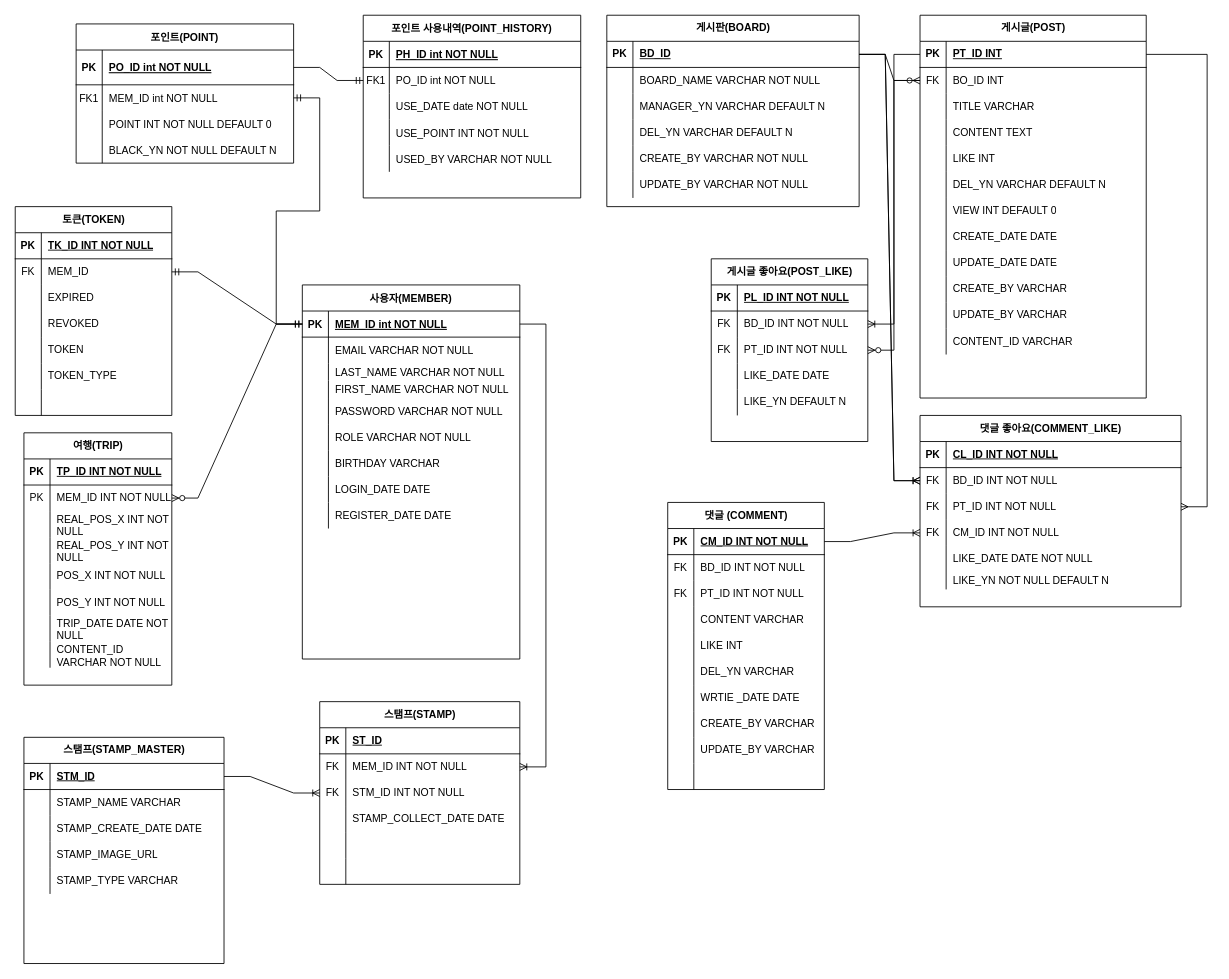
Earlier version of the draw.io diagram docs/나들이_ERD.drawio (DongJu-Na/Nadry). Source tidied: cells renumbered, new cells numbered last; positions are measured from the earlier drawing's top-left corner, leaving out a move shared by most shapes. Both pictures are drawn from the tidied source at 87%, with x=0, y=0 at pixel (15, 15).
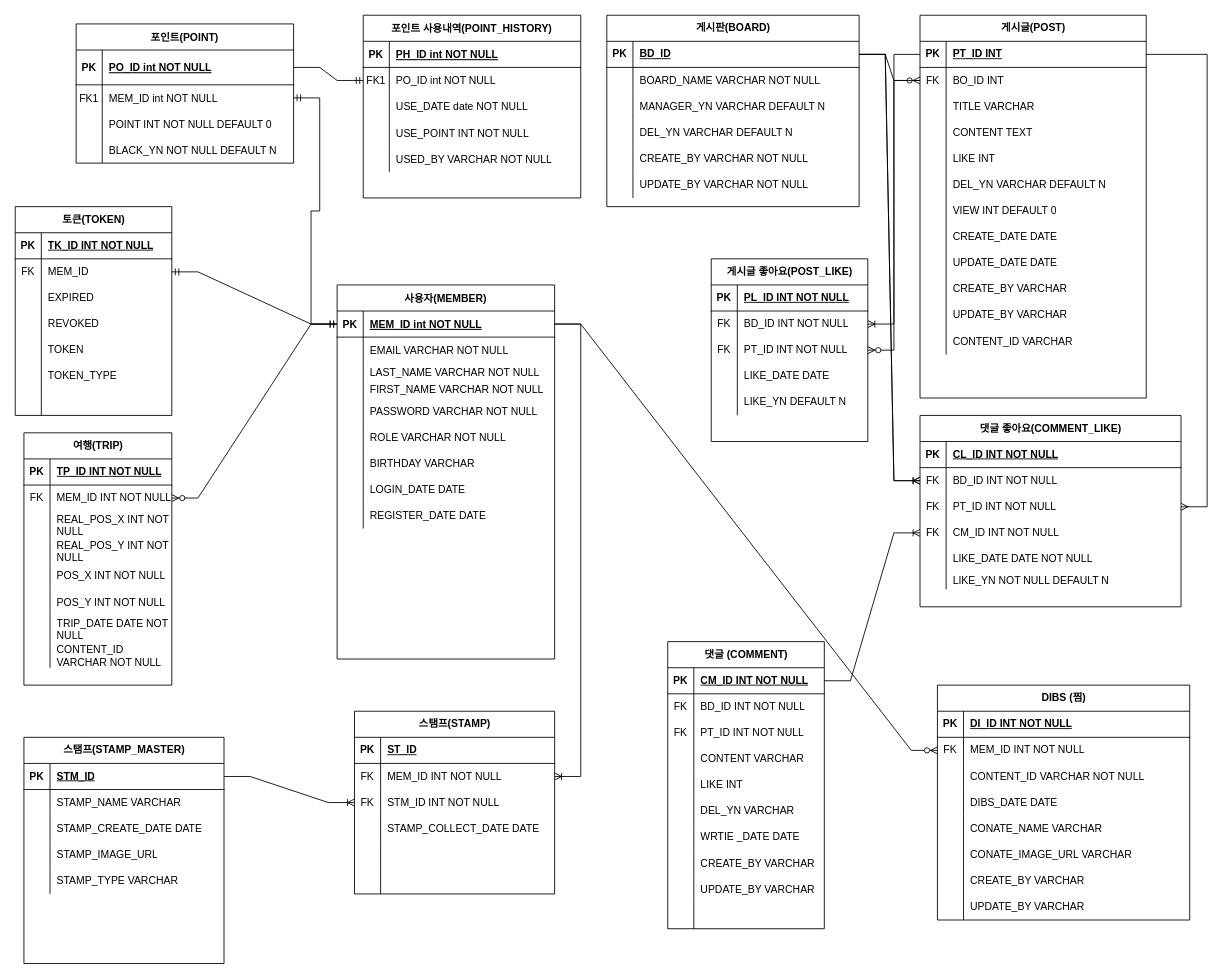
After the change.

Commit message:
docs : 나들이 ERD 수정

찜 테이블 추가

Unchanged cells that the change refers to:
```xml
<mxCell id="3" style="shape=partialRectangle;fillColor=none;points=[[0,0.5],[1,0.5]];portConstraint=eastwest;top=0;left=0;right=0;bottom=1;" parent="2" vertex="1">
  <mxGeometry y="30" width="250" height="30" as="geometry" />
</mxCell>
<mxCell id="217" style="shape=tableRow;horizontal=0;startSize=0;swimlaneHead=0;swimlaneBody=0;fillColor=none;points=[[0,0.5],[1,0.5]];portConstraint=eastwest;top=0;left=0;right=0;bottom=0;" parent="213" vertex="1">
  <mxGeometry y="60" width="170" height="30" as="geometry" />
</mxCell>
<mxCell id="243" style="shape=tableRow;horizontal=0;startSize=0;swimlaneHead=0;swimlaneBody=0;fillColor=none;points=[[0,0.5],[1,0.5]];portConstraint=eastwest;top=0;left=0;right=0;bottom=0;" parent="239" vertex="1">
  <mxGeometry y="60" width="230" height="30" as="geometry" />
</mxCell>
```

Change to the diagram source:
```diff
@@
+    <mxCell id="276" style="edgeStyle=entityRelationEdgeStyle;fontSize=12;html=1;endArrow=ERzeroToMany;endFill=1;rounded=0;exitX=1;exitY=0.5;exitDx=0;exitDy=0;" parent="1" edge="1" target="281">
+      <mxGeometry relative="1" as="geometry">
+        <mxPoint x="620" y="355" as="sourcePoint" />
+        <Array as="points">
+          <mxPoint x="710" y="300" />
+        </Array>
+      </mxGeometry>
+    </mxCell>
     <mxCell id="2" value="사용자(MEMBER)" style="shape=table;startSize=30;childLayout=tableLayout;rowLines=0;fontStyle=1;align=center;" parent="1" vertex="1">
-      <mxGeometry x="330" y="310" width="250" height="430" as="geometry" />
+      <mxGeometry x="370" y="310" width="250" height="430" as="geometry" />
     </mxCell>
@@
     <mxCell id="178" value="댓글 (COMMENT)" style="shape=table;startSize=30;childLayout=tableLayout;rowLines=0;fontStyle=1;align=center;html=1;" parent="1" vertex="1">
-      <mxGeometry x="750" y="560" width="180" height="330" as="geometry" />
+      <mxGeometry x="750" y="720" width="180" height="330" as="geometry" />
     </mxCell>
@@
-    <mxCell id="218" value="PK" style="shape=partialRectangle;fillColor=none;top=0;left=0;bottom=0;right=0;overflow=hidden;whiteSpace=wrap;html=1;" parent="217" vertex="1">
+    <mxCell id="218" value="FK" style="shape=partialRectangle;fillColor=none;top=0;left=0;bottom=0;right=0;overflow=hidden;whiteSpace=wrap;html=1;" parent="217" vertex="1">
       <mxGeometry width="30" height="30" as="geometry" />
     </mxCell>
@@
     <mxCell id="239" value="스탬프(STAMP)" style="shape=table;startSize=30;childLayout=tableLayout;rowLines=0;fontStyle=1;align=center;html=1;" parent="1" vertex="1">
-      <mxGeometry x="350" y="789" width="230" height="210" as="geometry" />
+      <mxGeometry x="390" y="800" width="230" height="210" as="geometry" />
     </mxCell>
@@
     <mxCell id="275" style="edgeStyle=entityRelationEdgeStyle;fontSize=12;html=1;endArrow=ERoneToMany;rounded=0;exitX=1;exitY=0.5;exitDx=0;exitDy=0;entryX=1;entryY=0.5;entryDx=0;entryDy=0;" parent="1" edge="1" source="3" target="243">
-      <mxGeometry relative="1" as="geometry" />
+      <mxGeometry relative="1" as="geometry">
+        <Array as="points">
+          <mxPoint x="770" y="880" />
+          <mxPoint x="680" y="680" />
+          <mxPoint x="700" y="610" />
+          <mxPoint x="680" y="870" />
+          <mxPoint x="650" y="880" />
+          <mxPoint x="750" y="760" />
+          <mxPoint x="670" y="860" />
+          <mxPoint x="800" y="630" />
+        </Array>
+      </mxGeometry>
     </mxCell>
+    <mxCell id="277" value="DIBS (찜)" style="shape=table;startSize=30;childLayout=tableLayout;rowLines=0;fontStyle=1;align=center;html=1;" parent="1" vertex="1">
+      <mxGeometry x="1060" y="770" width="290" height="270" as="geometry" />
+    </mxCell>
+    <mxCell id="278" style="shape=tableRow;horizontal=0;startSize=0;swimlaneHead=0;swimlaneBody=0;fillColor=none;top=0;left=0;right=0;bottom=1;" parent="277" vertex="1">
+      <mxGeometry y="30" width="290" height="30" as="geometry" />
+    </mxCell>
+    <mxCell id="279" value="PK" style="shape=partialRectangle;fillColor=none;top=0;left=0;bottom=0;right=0;fontStyle=1;overflow=hidden;whiteSpace=wrap;html=1;" parent="278" vertex="1">
+      <mxGeometry width="30" height="30" as="geometry" />
+    </mxCell>
+    <mxCell id="280" value="DI_ID INT NOT NULL" style="shape=partialRectangle;fillColor=none;top=0;left=0;bottom=0;right=0;align=left;spacingLeft=6;fontStyle=5;overflow=hidden;whiteSpace=wrap;html=1;" parent="278" vertex="1">
+      <mxGeometry x="30" width="260" height="30" as="geometry" />
+    </mxCell>
+    <mxCell id="281" style="shape=tableRow;horizontal=0;startSize=0;swimlaneHead=0;swimlaneBody=0;fillColor=none;points=[[0,0.5],[1,0.5]];portConstraint=eastwest;top=0;left=0;right=0;bottom=0;" parent="277" vertex="1">
+      <mxGeometry y="60" width="290" height="30" as="geometry" />
+    </mxCell>
+    <mxCell id="282" value="FK" style="shape=partialRectangle;fillColor=none;top=0;left=0;bottom=0;right=0;overflow=hidden;whiteSpace=wrap;html=1;" parent="281" vertex="1">
+      <mxGeometry width="30" height="30" as="geometry" />
+    </mxCell>
+    <mxCell id="283" value="MEM_ID INT NOT NULL" style="shape=partialRectangle;fillColor=none;top=0;left=0;bottom=0;right=0;align=left;spacingLeft=6;overflow=hidden;whiteSpace=wrap;html=1;" parent="281" vertex="1">
+      <mxGeometry x="30" width="260" height="30" as="geometry" />
+    </mxCell>
+    <mxCell id="284" style="shape=tableRow;horizontal=0;startSize=0;swimlaneHead=0;swimlaneBody=0;fillColor=none;top=0;left=0;right=0;bottom=0;" parent="277" vertex="1">
+      <mxGeometry y="90" width="290" height="30" as="geometry" />
+    </mxCell>
+    <mxCell id="285" style="shape=partialRectangle;fillColor=none;top=0;left=0;bottom=0;right=0;overflow=hidden;whiteSpace=wrap;html=1;" parent="284" vertex="1">
+      <mxGeometry width="30" height="30" as="geometry" />
+    </mxCell>
+    <mxCell id="286" value="CONTENT_ID VARCHAR NOT NULL" style="shape=partialRectangle;fillColor=none;top=0;left=0;bottom=0;right=0;align=left;spacingLeft=6;overflow=hidden;whiteSpace=wrap;html=1;" parent="284" vertex="1">
+      <mxGeometry x="30" width="260" height="30" as="geometry" />
+    </mxCell>
+    <mxCell id="287" style="shape=tableRow;horizontal=0;startSize=0;swimlaneHead=0;swimlaneBody=0;fillColor=none;top=0;left=0;right=0;bottom=0;" parent="277" vertex="1">
+      <mxGeometry y="120" width="290" height="30" as="geometry" />
+    </mxCell>
+    <mxCell id="288" style="shape=partialRectangle;fillColor=none;top=0;left=0;bottom=0;right=0;overflow=hidden;whiteSpace=wrap;html=1;" parent="287" vertex="1">
+      <mxGeometry width="30" height="30" as="geometry" />
+    </mxCell>
+    <mxCell id="289" value="DIBS_DATE DATE" style="shape=partialRectangle;fillColor=none;top=0;left=0;bottom=0;right=0;align=left;spacingLeft=6;overflow=hidden;whiteSpace=wrap;html=1;" parent="287" vertex="1">
+      <mxGeometry x="30" width="260" height="30" as="geometry" />
+    </mxCell>
+    <mxCell id="290" style="shape=tableRow;horizontal=0;startSize=0;swimlaneHead=0;swimlaneBody=0;fillColor=none;top=0;left=0;right=0;bottom=0;" parent="277" vertex="1">
+      <mxGeometry y="150" width="290" height="30" as="geometry" />
+    </mxCell>
+    <mxCell id="291" style="shape=partialRectangle;fillColor=none;top=0;left=0;bottom=0;right=0;overflow=hidden;whiteSpace=wrap;html=1;" parent="290" vertex="1">
+      <mxGeometry width="30" height="30" as="geometry" />
+    </mxCell>
+    <mxCell id="292" value="CONATE_NAME VARCHAR" style="shape=partialRectangle;fillColor=none;top=0;left=0;bottom=0;right=0;align=left;spacingLeft=6;overflow=hidden;whiteSpace=wrap;html=1;" parent="290" vertex="1">
+      <mxGeometry x="30" width="260" height="30" as="geometry" />
+    </mxCell>
+    <mxCell id="293" style="shape=tableRow;horizontal=0;startSize=0;swimlaneHead=0;swimlaneBody=0;fillColor=none;top=0;left=0;right=0;bottom=0;" parent="277" vertex="1">
+      <mxGeometry y="180" width="290" height="30" as="geometry" />
+    </mxCell>
+    <mxCell id="294" style="shape=partialRectangle;fillColor=none;top=0;left=0;bottom=0;right=0;overflow=hidden;whiteSpace=wrap;html=1;" parent="293" vertex="1">
+      <mxGeometry width="30" height="30" as="geometry" />
+    </mxCell>
+    <mxCell id="295" value="CONATE_IMAGE_URL VARCHAR" style="shape=partialRectangle;fillColor=none;top=0;left=0;bottom=0;right=0;align=left;spacingLeft=6;overflow=hidden;whiteSpace=wrap;html=1;" parent="293" vertex="1">
+      <mxGeometry x="30" width="260" height="30" as="geometry" />
+    </mxCell>
+    <mxCell id="296" style="shape=tableRow;horizontal=0;startSize=0;swimlaneHead=0;swimlaneBody=0;fillColor=none;top=0;left=0;right=0;bottom=0;" parent="277" vertex="1">
+      <mxGeometry y="210" width="290" height="30" as="geometry" />
+    </mxCell>
+    <mxCell id="297" style="shape=partialRectangle;fillColor=none;top=0;left=0;bottom=0;right=0;overflow=hidden;whiteSpace=wrap;html=1;" parent="296" vertex="1">
+      <mxGeometry width="30" height="30" as="geometry" />
+    </mxCell>
+    <mxCell id="298" value="CREATE_BY VARCHAR" style="shape=partialRectangle;fillColor=none;top=0;left=0;bottom=0;right=0;align=left;spacingLeft=6;overflow=hidden;whiteSpace=wrap;html=1;" parent="296" vertex="1">
+      <mxGeometry x="30" width="260" height="30" as="geometry" />
+    </mxCell>
+    <mxCell id="299" style="shape=tableRow;horizontal=0;startSize=0;swimlaneHead=0;swimlaneBody=0;fillColor=none;top=0;left=0;right=0;bottom=0;" parent="277" vertex="1">
+      <mxGeometry y="240" width="290" height="30" as="geometry" />
+    </mxCell>
+    <mxCell id="300" style="shape=partialRectangle;fillColor=none;top=0;left=0;bottom=0;right=0;overflow=hidden;whiteSpace=wrap;html=1;" parent="299" vertex="1">
+      <mxGeometry width="30" height="30" as="geometry" />
+    </mxCell>
+    <mxCell id="301" value="UPDATE_BY VARCHAR" style="shape=partialRectangle;fillColor=none;top=0;left=0;bottom=0;right=0;align=left;spacingLeft=6;overflow=hidden;whiteSpace=wrap;html=1;" parent="299" vertex="1">
+      <mxGeometry x="30" width="260" height="30" as="geometry" />
+    </mxCell>
```
